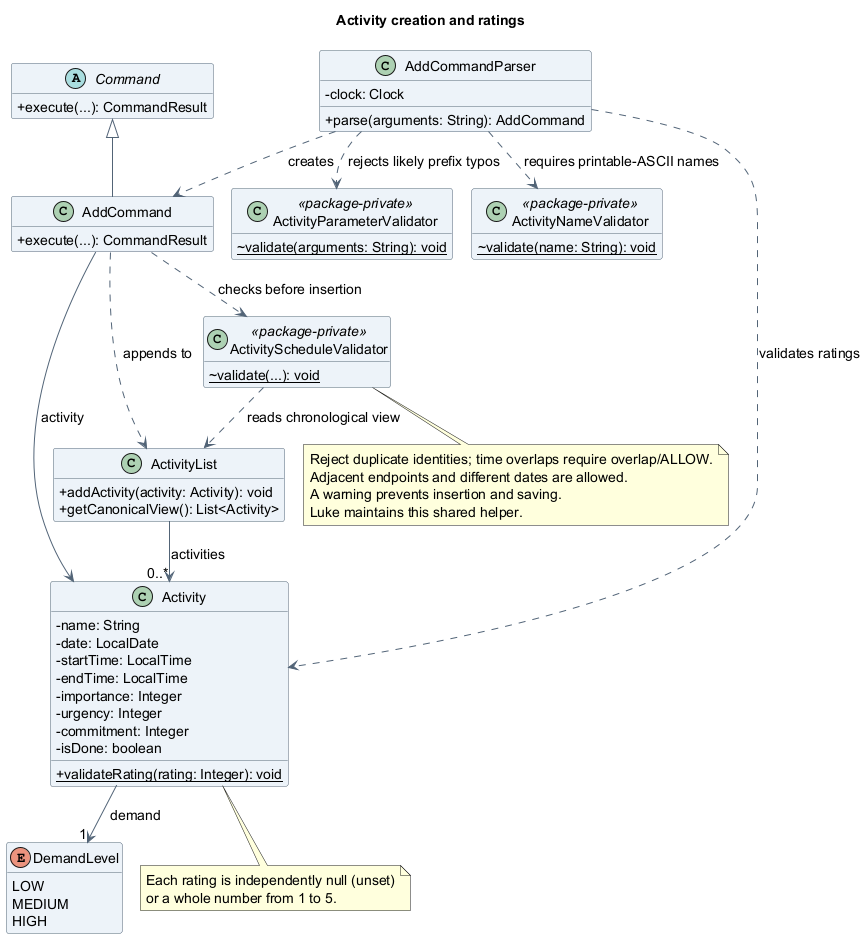
Above: docs/images/luke/class/ActivityCreationClassDiagram.png in AY2627S1-CS2113-T10-4/tp (PlantUML), before the change.
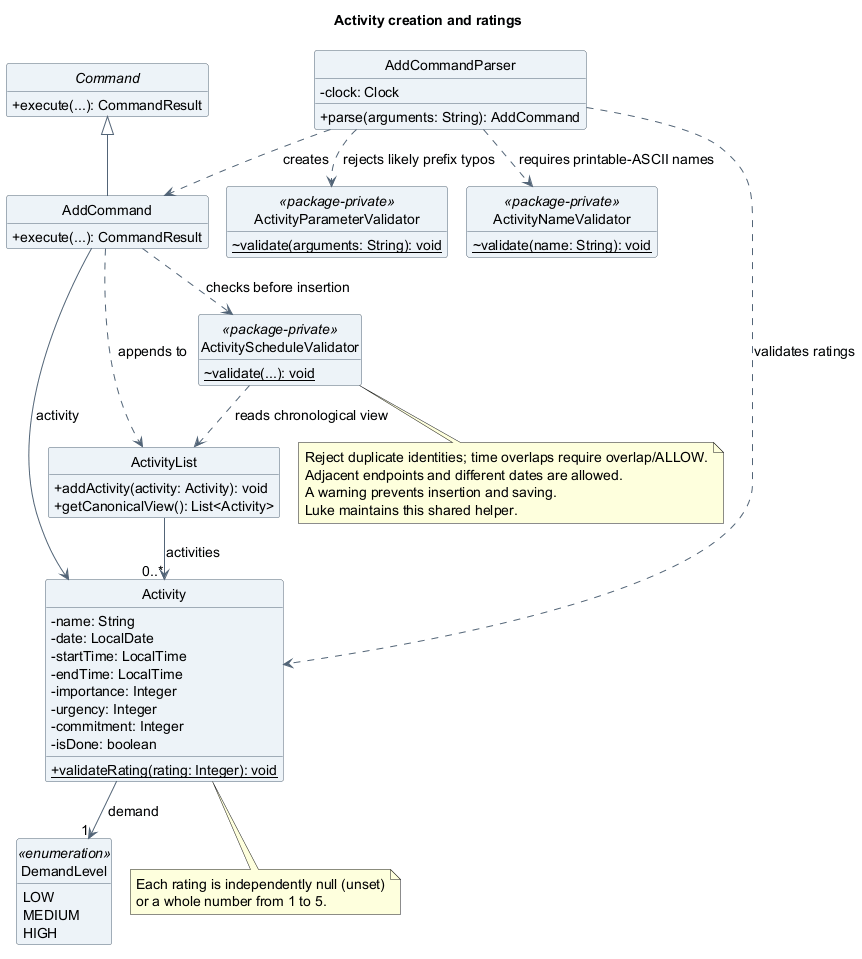
Above is the later version.

Diff of the diagram source:
```diff
@@ -9,6 +9,7 @@
 skinparam classBackgroundColor #EDF3F8
 skinparam classBorderColor #526477
 skinparam ArrowColor #526477
+hide circle
 hide empty members
 
 abstract class Command {
@@ -45,7 +46,7 @@
   -isDone: boolean
   {static} +validateRating(rating: Integer): void
 }
-enum DemandLevel {
+enum DemandLevel <<enumeration>> {
   LOW
   MEDIUM
   HIGH
```
